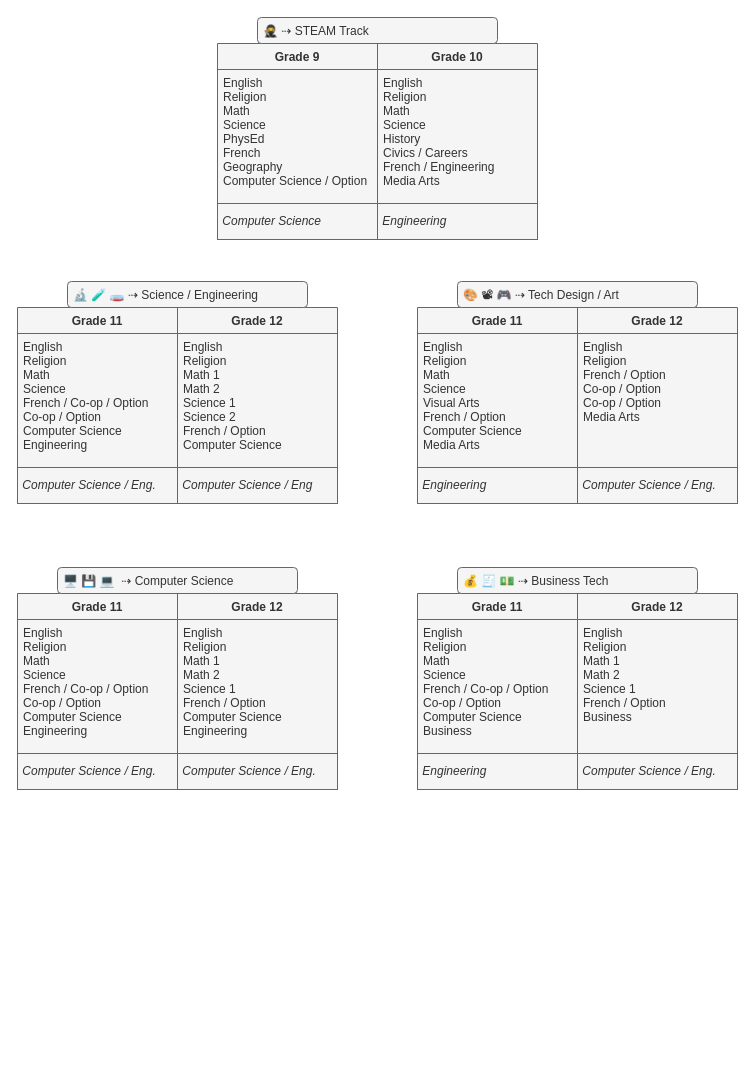
This is STEAM.drawio from Mr-Coxall/STEAM, a draw.io file, before an edit. Source tidied: cells renumbered, new cells numbered last; positions are measured from the earlier drawing's top-left corner, leaving out a move shared by most shapes. Both pictures are drawn from the tidied source at 100%, with x=0, y=0 at pixel (17, 17).
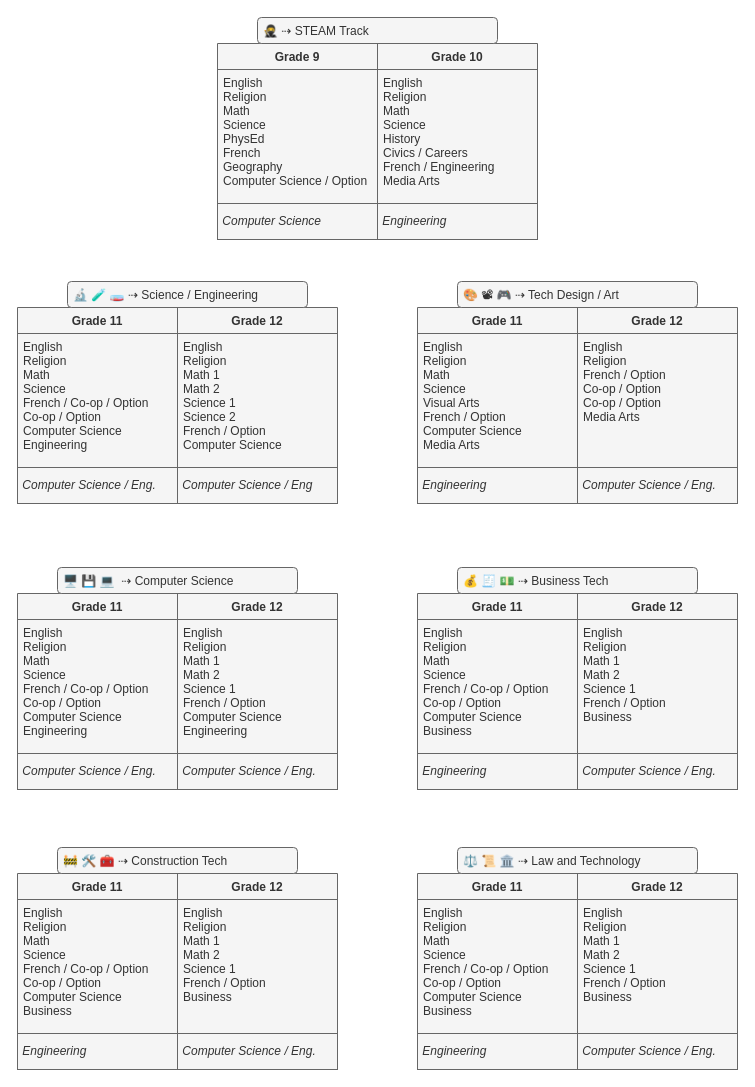
Above is the later version.

Diff of the diagram source:
```diff
@@
+    <mxCell id="38" value="Grade 11" style="swimlane;fontStyle=1;align=center;verticalAlign=top;horizontal=1;startSize=26;fillColor=#f5f5f5;fontColor=#333333;strokeColor=#666666;" parent="1" vertex="1">
+      <mxGeometry x="400" y="856" width="160" height="160" as="geometry" />
+    </mxCell>
+    <mxCell id="39" value="English&#10;Religion&#10;Math&#10;Science&#10;French / Co-op / Option&#10;Co-op / Option&#10;Computer Science&#10;Business" style="text;strokeColor=#666666;fillColor=#f5f5f5;align=left;verticalAlign=top;spacingLeft=4;spacingRight=4;overflow=hidden;fontColor=#333333;" parent="38" vertex="1">
+      <mxGeometry y="26" width="160" height="134" as="geometry" />
+    </mxCell>
+    <mxCell id="40" value="Grade 12" style="swimlane;fontStyle=1;align=center;verticalAlign=top;horizontal=1;startSize=26;fillColor=#f5f5f5;fontColor=#333333;strokeColor=#666666;" parent="1" vertex="1">
+      <mxGeometry x="560" y="856" width="160" height="160" as="geometry" />
+    </mxCell>
+    <mxCell id="41" value="English&#10;Religion&#10;Math 1&#10;Math 2&#10;Science 1&#10;French / Option&#10;Business" style="text;strokeColor=#666666;fillColor=#f5f5f5;align=left;verticalAlign=top;spacingLeft=4;spacingRight=4;overflow=hidden;fontColor=#333333;" parent="40" vertex="1">
+      <mxGeometry y="26" width="160" height="134" as="geometry" />
+    </mxCell>
+    <mxCell id="42" value="&lt;i&gt;&amp;nbsp;Engineering&lt;/i&gt;" style="html=1;align=left;fillColor=#f5f5f5;fontColor=#333333;strokeColor=#666666;" parent="1" vertex="1">
+      <mxGeometry x="400" y="1016" width="160" height="36" as="geometry" />
+    </mxCell>
+    <mxCell id="43" value="&lt;i&gt;&amp;nbsp;Computer Science / Eng.&lt;/i&gt;" style="html=1;align=left;fillColor=#f5f5f5;fontColor=#333333;strokeColor=#666666;" parent="1" vertex="1">
+      <mxGeometry x="560" y="1016" width="160" height="36" as="geometry" />
+    </mxCell>
+    <mxCell id="44" value="⚖️ 📜 🏛️ ⇢ Law and Technology" style="text;strokeColor=#666666;fillColor=#f5f5f5;align=left;verticalAlign=top;spacingLeft=4;spacingRight=4;overflow=hidden;fontColor=#333333;rounded=1;" parent="1" vertex="1">
+      <mxGeometry x="440" y="830" width="240" height="26" as="geometry" />
+    </mxCell>
+    <mxCell id="45" value="Grade 11" style="swimlane;fontStyle=1;align=center;verticalAlign=top;horizontal=1;startSize=26;fillColor=#f5f5f5;fontColor=#333333;strokeColor=#666666;" parent="1" vertex="1">
+      <mxGeometry y="856" width="160" height="160" as="geometry" />
+    </mxCell>
+    <mxCell id="46" value="English&#10;Religion&#10;Math&#10;Science&#10;French / Co-op / Option&#10;Co-op / Option&#10;Computer Science&#10;Business" style="text;strokeColor=#666666;fillColor=#f5f5f5;align=left;verticalAlign=top;spacingLeft=4;spacingRight=4;overflow=hidden;fontColor=#333333;" parent="45" vertex="1">
+      <mxGeometry y="26" width="160" height="134" as="geometry" />
+    </mxCell>
+    <mxCell id="47" value="Grade 12" style="swimlane;fontStyle=1;align=center;verticalAlign=top;horizontal=1;startSize=26;fillColor=#f5f5f5;fontColor=#333333;strokeColor=#666666;" parent="1" vertex="1">
+      <mxGeometry x="160" y="856" width="160" height="160" as="geometry" />
+    </mxCell>
+    <mxCell id="48" value="English&#10;Religion&#10;Math 1&#10;Math 2&#10;Science 1&#10;French / Option&#10;Business" style="text;strokeColor=#666666;fillColor=#f5f5f5;align=left;verticalAlign=top;spacingLeft=4;spacingRight=4;overflow=hidden;fontColor=#333333;" parent="47" vertex="1">
+      <mxGeometry y="26" width="160" height="134" as="geometry" />
+    </mxCell>
+    <mxCell id="49" value="&lt;i&gt;&amp;nbsp;Engineering&lt;/i&gt;" style="html=1;align=left;fillColor=#f5f5f5;fontColor=#333333;strokeColor=#666666;" parent="1" vertex="1">
+      <mxGeometry y="1016" width="160" height="36" as="geometry" />
+    </mxCell>
+    <mxCell id="50" value="&lt;i&gt;&amp;nbsp;Computer Science / Eng.&lt;/i&gt;" style="html=1;align=left;fillColor=#f5f5f5;fontColor=#333333;strokeColor=#666666;" parent="1" vertex="1">
+      <mxGeometry x="160" y="1016" width="160" height="36" as="geometry" />
+    </mxCell>
+    <mxCell id="51" value="🚧 🛠️ 🧰 ⇢ Construction Tech" style="text;strokeColor=#666666;fillColor=#f5f5f5;align=left;verticalAlign=top;spacingLeft=4;spacingRight=4;overflow=hidden;fontColor=#333333;rounded=1;" parent="1" vertex="1">
+      <mxGeometry x="40" y="830" width="240" height="26" as="geometry" />
+    </mxCell>
```
